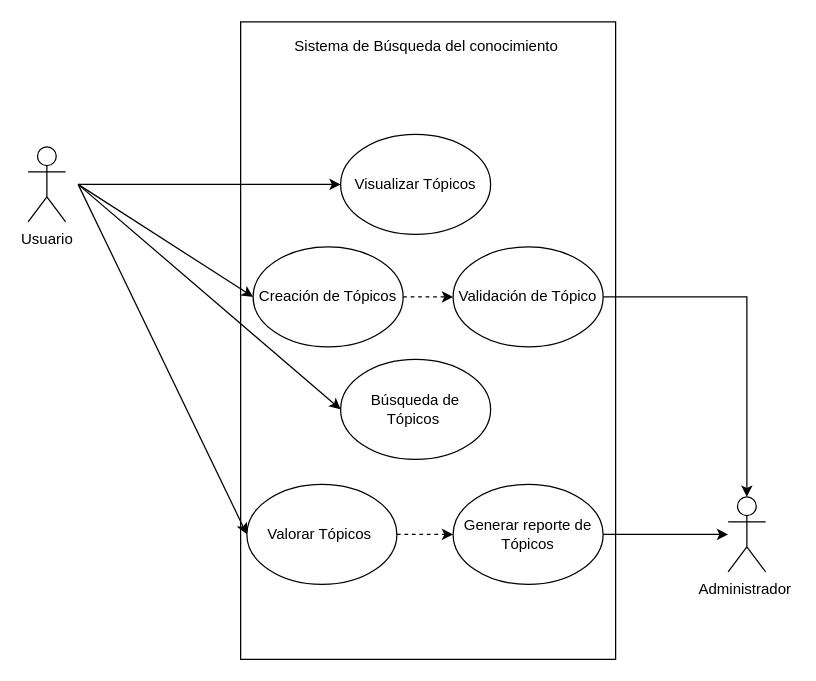
This is diagrams/Ingles UML Caso de uso.drawio from Carlos-Gallardoo/AnalisisAvanzadoDeSoftware, a draw.io file, before an edit. Source tidied: cells renumbered, new cells numbered last; positions are measured from the earlier drawing's top-left corner, leaving out a move shared by most shapes. Both pictures are drawn from the tidied source at 125%, with x=0, y=0 at pixel (28, 21).
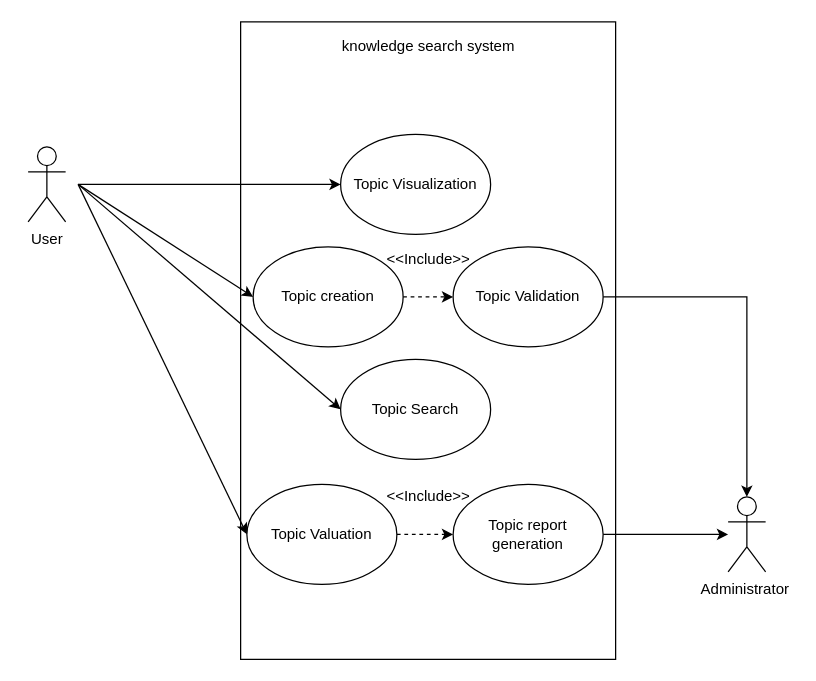
After the change.

Change to the diagram source:
```diff
@@
-    <mxCell id="3" value="Usuario" style="shape=umlActor;verticalLabelPosition=bottom;verticalAlign=top;html=1;" parent="1" vertex="1">
+    <mxCell id="3" value="User&lt;br&gt;" style="shape=umlActor;verticalLabelPosition=bottom;verticalAlign=top;html=1;" parent="1" vertex="1">
       <mxGeometry y="100" width="30" height="60" as="geometry" />
     </mxCell>
-    <mxCell id="4" value="Visualizar Tópicos" style="ellipse;whiteSpace=wrap;html=1;" parent="1" vertex="1">
+    <mxCell id="4" value="Topic Visualization" style="ellipse;whiteSpace=wrap;html=1;" parent="1" vertex="1">
       <mxGeometry x="250" y="90" width="120" height="80" as="geometry" />
     </mxCell>
@@
-    <mxCell id="6" value="Sistema de Búsqueda del conocimiento&amp;nbsp;" style="text;html=1;align=center;verticalAlign=middle;" parent="1" vertex="1">
-      <mxGeometry x="205" y="10" width="230" height="20" as="geometry" />
+    <mxCell id="6" value="knowledge search system" style="text;html=1;align=center;verticalAlign=middle;" parent="1" vertex="1">
+      <mxGeometry x="245" y="10" width="150" height="20" as="geometry" />
     </mxCell>
@@
-    <mxCell id="8" value="Creación de Tópicos" style="ellipse;whiteSpace=wrap;html=1;" parent="1" vertex="1">
+    <mxCell id="8" value="Topic creation" style="ellipse;whiteSpace=wrap;html=1;" parent="1" vertex="1">
       <mxGeometry x="180" y="180" width="120" height="80" as="geometry" />
     </mxCell>
-    <mxCell id="9" value="Búsqueda de Tópicos&amp;nbsp;" style="ellipse;whiteSpace=wrap;html=1;" parent="1" vertex="1">
+    <mxCell id="9" value="Topic Search" style="ellipse;whiteSpace=wrap;html=1;" parent="1" vertex="1">
       <mxGeometry x="250" y="270" width="120" height="80" as="geometry" />
     </mxCell>
-    <mxCell id="10" value="Valorar Tópicos&amp;nbsp;" style="ellipse;whiteSpace=wrap;html=1;" parent="1" vertex="1">
+    <mxCell id="10" value="Topic Valuation" style="ellipse;whiteSpace=wrap;html=1;" parent="1" vertex="1">
       <mxGeometry x="175" y="370" width="120" height="80" as="geometry" />
     </mxCell>
@@
-    <mxCell id="12" value="Generar reporte de Tópicos" style="ellipse;whiteSpace=wrap;html=1;" parent="1" vertex="1">
+    <mxCell id="12" value="Topic report generation" style="ellipse;whiteSpace=wrap;html=1;" parent="1" vertex="1">
       <mxGeometry x="340" y="370" width="120" height="80" as="geometry" />
     </mxCell>
@@
-    <mxCell id="17" value="Administrador&amp;nbsp;" style="shape=umlActor;verticalLabelPosition=bottom;verticalAlign=top;html=1;outlineConnect=0;" parent="1" vertex="1">
+    <mxCell id="17" value="Administrator&amp;nbsp;" style="shape=umlActor;verticalLabelPosition=bottom;verticalAlign=top;html=1;outlineConnect=0;" parent="1" vertex="1">
       <mxGeometry x="560" y="380" width="30" height="60" as="geometry" />
     </mxCell>
@@
-    <mxCell id="19" value="Validación de Tópico" style="ellipse;whiteSpace=wrap;html=1;" parent="1" vertex="1">
+    <mxCell id="19" value="Topic Validation" style="ellipse;whiteSpace=wrap;html=1;" parent="1" vertex="1">
       <mxGeometry x="340" y="180" width="120" height="80" as="geometry" />
     </mxCell>
+    <mxCell id="20" value="&amp;lt;&amp;lt;Include&amp;gt;&amp;gt;" style="text;html=1;align=center;verticalAlign=middle;strokeColor=none;" parent="1" vertex="1">
+      <mxGeometry x="280" y="180" width="80" height="20" as="geometry" />
+    </mxCell>
+    <mxCell id="21" value="&amp;lt;&amp;lt;Include&amp;gt;&amp;gt;" style="text;html=1;align=center;verticalAlign=middle;strokeColor=none;" parent="1" vertex="1">
+      <mxGeometry x="280" y="370" width="80" height="20" as="geometry" />
+    </mxCell>
```
